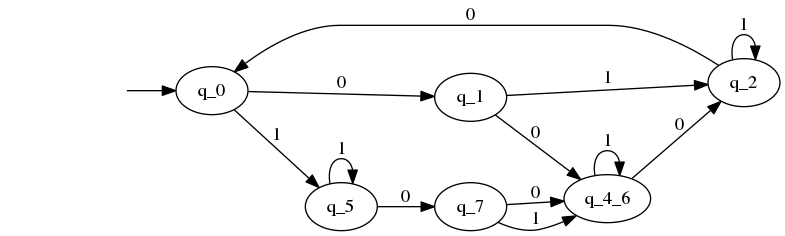
Above: P2/afd.png in DCabornero/Automatas-y-Lenguajes (Graphviz), before the change. Its source is kept beside it as P2/afd.dot.
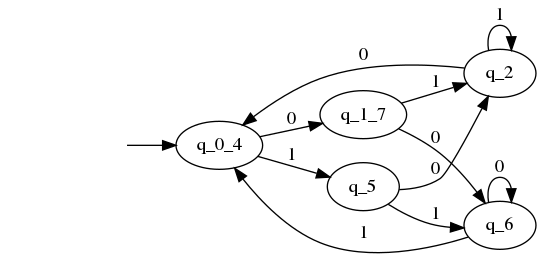
The same diagram one commit later.

Change to the diagram source:
```diff
@@ -1,22 +1,19 @@
 digraph afd  { rankdir=LR;
 	_invisible [style="invis"];
 	q_2;
-	q_4_6;
-	q_1;
-	q_7;
-	q_0;
 	q_5;
-	_invisible -> q_0 ;
-	q_2 -> q_0 [label="0"];
+	q_1_7;
+	q_0_4;
+	q_6;
+	_invisible -> q_0_4 ;
+	q_2 -> q_0_4 [label="0"];
 	q_2 -> q_2 [label="1"];
-	q_4_6 -> q_2 [label="0"];
-	q_4_6 -> q_4_6 [label="1"];
-	q_1 -> q_4_6 [label="0"];
-	q_1 -> q_2 [label="1"];
-	q_7 -> q_4_6 [label="0"];
-	q_7 -> q_4_6 [label="1"];
-	q_0 -> q_1 [label="0"];
-	q_0 -> q_5 [label="1"];
-	q_5 -> q_7 [label="0"];
-	q_5 -> q_5 [label="1"];
+	q_5 -> q_2 [label="0"];
+	q_5 -> q_6 [label="1"];
+	q_1_7 -> q_6 [label="0"];
+	q_1_7 -> q_2 [label="1"];
+	q_0_4 -> q_1_7 [label="0"];
+	q_0_4 -> q_5 [label="1"];
+	q_6 -> q_6 [label="0"];
+	q_6 -> q_0_4 [label="1"];
 }
```
